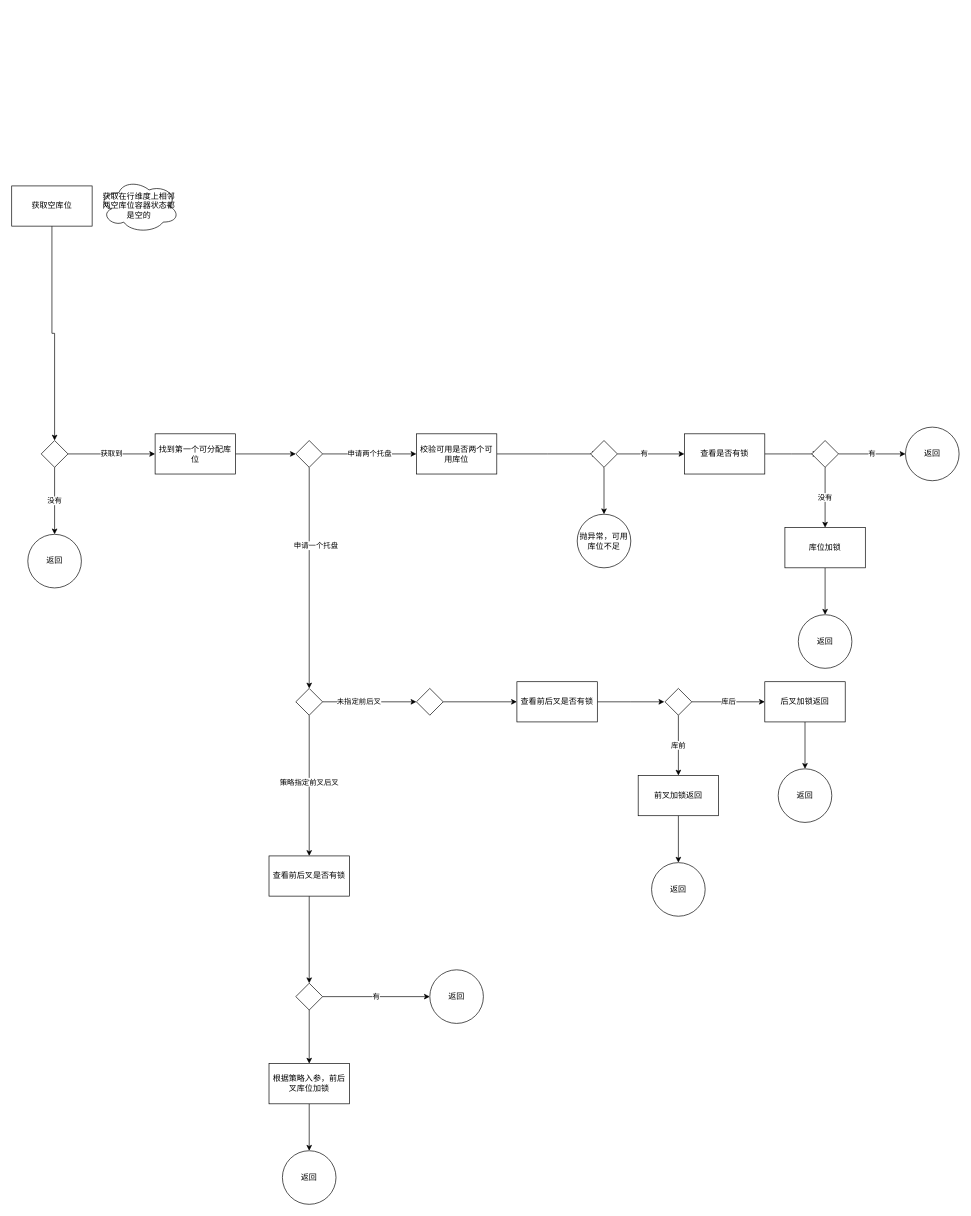
Before: 默认空托双工入库策略.drawio in chenjunx/designpattern, a draw.io diagram. Source tidied: cells renumbered, new cells numbered last; positions are measured from the earlier drawing's top-left corner, leaving out a move shared by most shapes. Both pictures are drawn from the tidied source at 67%, with x=0, y=0 at pixel (11, 179).
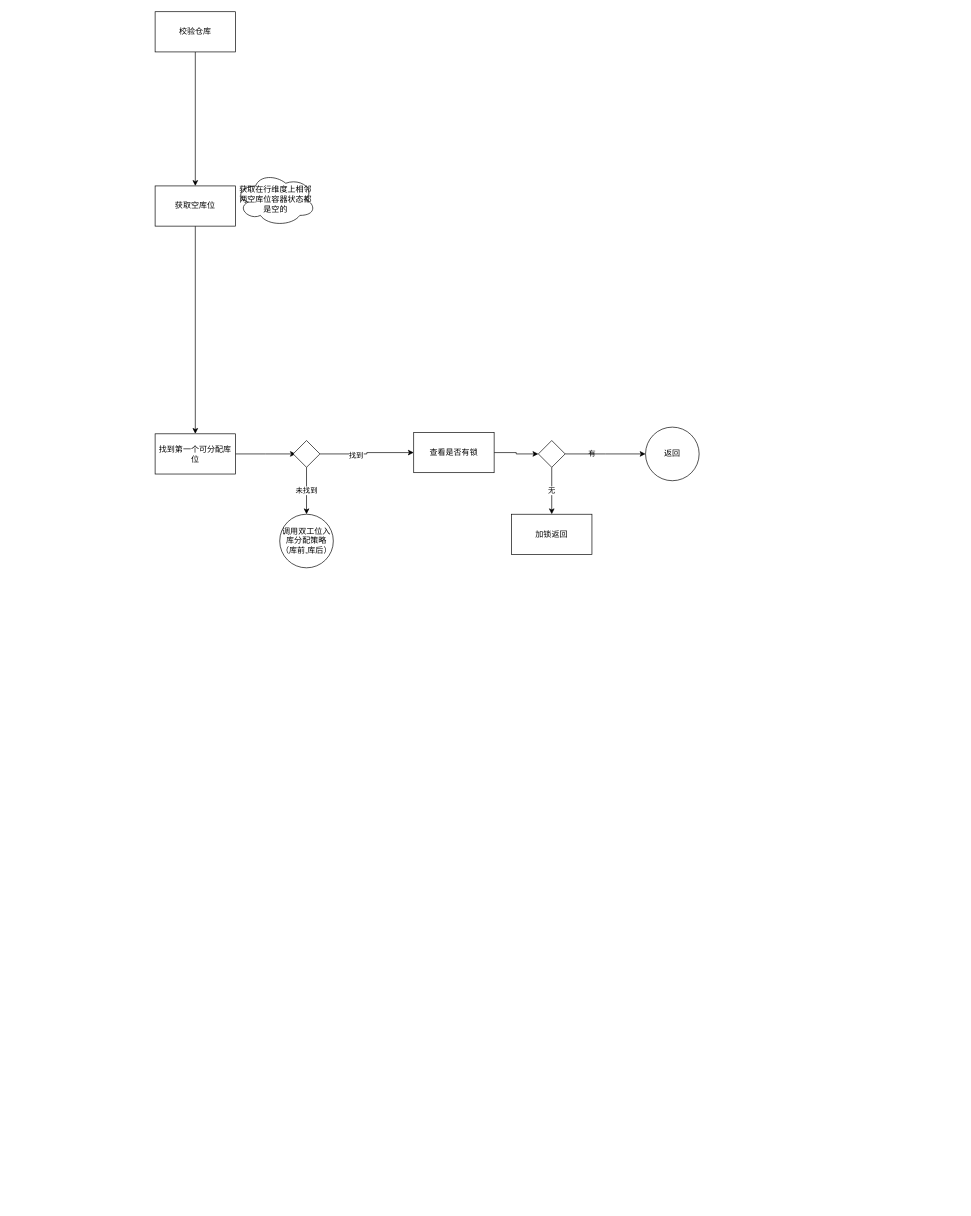
The same diagram, later.

Commit message:
更新默认空托双工入库策略.drawio

Unchanged cells that the change refers to:
```xml
<mxCell id="8" value="找到第一个可分配库位" style="whiteSpace=wrap;html=1;rounded=0;" parent="1" vertex="1">
  <mxGeometry x="214" y="380" width="120" height="60" as="geometry" />
</mxCell>
```

The edit, as a diff of the source:
```diff
@@
-    <mxCell id="2" style="edgeStyle=orthogonalEdgeStyle;rounded=0;jettySize=auto;html=1;entryX=0.5;entryY=0;entryDx=0;entryDy=0;" parent="1" edge="1" source="3" target="6">
-      <mxGeometry relative="1" as="geometry" />
-    </mxCell>
+    <mxCell id="57" style="edgeStyle=orthogonalEdgeStyle;rounded=0;jettySize=auto;html=1;entryX=0.5;entryY=0;entryDx=0;entryDy=0;" parent="1" edge="1" source="3" target="8">
+      <mxGeometry relative="1" as="geometry" />
+    </mxCell>
     <mxCell id="3" value="获取空库位" style="whiteSpace=wrap;html=1;rounded=0;" parent="1" vertex="1">
-      <mxGeometry y="10" width="120" height="60" as="geometry" />
+      <mxGeometry x="214" y="10" width="120" height="60" as="geometry" />
     </mxCell>
-    <mxCell id="4" value="获取到" style="edgeStyle=orthogonalEdgeStyle;rounded=0;jettySize=auto;html=1;" parent="1" edge="1" source="6" target="8">
-      <mxGeometry relative="1" as="geometry" />
-    </mxCell>
-    <mxCell id="5" value="没有" style="edgeStyle=orthogonalEdgeStyle;rounded=0;jettySize=auto;html=1;" parent="1" edge="1" source="6" target="51">
-      <mxGeometry relative="1" as="geometry">
-        <Array as="points">
-          <mxPoint x="64" y="480" />
-          <mxPoint x="64" y="480" />
-        </Array>
-      </mxGeometry>
-    </mxCell>
-    <mxCell id="6" style="rhombus;whiteSpace=wrap;html=1;rounded=0;" parent="1" vertex="1">
-      <mxGeometry x="44" y="390" width="40" height="40" as="geometry" />
-    </mxCell>
-    <mxCell id="7" style="edgeStyle=orthogonalEdgeStyle;rounded=0;jettySize=auto;html=1;" parent="1" edge="1" source="8" target="11">
-      <mxGeometry relative="1" as="geometry" />
+    <mxCell id="7" style="edgeStyle=orthogonalEdgeStyle;rounded=0;jettySize=auto;html=1;" parent="1" edge="1" source="8">
+      <mxGeometry relative="1" as="geometry">
+        <mxPoint x="424" y="410" as="targetPoint" />
+      </mxGeometry>
     </mxCell>
@@
-    <mxCell id="9" value="申请两个托盘" style="edgeStyle=orthogonalEdgeStyle;rounded=0;jettySize=auto;html=1;" parent="1" edge="1" source="11" target="13">
-      <mxGeometry relative="1" as="geometry" />
-    </mxCell>
-    <mxCell id="10" value="申请一个托盘" style="edgeStyle=orthogonalEdgeStyle;rounded=0;jettySize=auto;html=1;entryX=0.5;entryY=0;entryDx=0;entryDy=0;" parent="1" edge="1" source="11" target="39">
-      <mxGeometry x="-0.29" y="10" relative="1" as="geometry" />
-    </mxCell>
-    <mxCell id="11" style="rhombus;whiteSpace=wrap;html=1;rounded=0;" parent="1" vertex="1">
-      <mxGeometry x="424" y="390" width="40" height="40" as="geometry" />
-    </mxCell>
-    <mxCell id="12" style="edgeStyle=orthogonalEdgeStyle;rounded=0;jettySize=auto;html=1;" parent="1" edge="1" source="13">
-      <mxGeometry relative="1" as="geometry">
-        <mxPoint x="875" y="410" as="targetPoint" />
-      </mxGeometry>
-    </mxCell>
-    <mxCell id="13" value="校验可用是否两个可用库位" style="whiteSpace=wrap;html=1;rounded=0;" parent="1" vertex="1">
-      <mxGeometry x="604" y="380" width="120" height="60" as="geometry" />
-    </mxCell>
-    <mxCell id="14" style="edgeStyle=orthogonalEdgeStyle;rounded=0;jettySize=auto;html=1;" parent="1" edge="1" source="15" target="53">
-      <mxGeometry relative="1" as="geometry" />
-    </mxCell>
-    <mxCell id="15" value="根据策略入参，前后叉库位加锁" style="whiteSpace=wrap;html=1;rounded=0;" parent="1" vertex="1">
-      <mxGeometry x="384" y="1320" width="120" height="60" as="geometry" />
-    </mxCell>
-    <mxCell id="16" style="edgeStyle=orthogonalEdgeStyle;rounded=0;jettySize=auto;html=1;" parent="1" edge="1" source="19" target="21">
-      <mxGeometry relative="1" as="geometry" />
-    </mxCell>
+    <mxCell id="25" value="返回" style="ellipse;whiteSpace=wrap;html=1;rounded=0;" parent="1" vertex="1">
+      <mxGeometry x="946" y="370" width="80" height="80" as="geometry" />
+    </mxCell>
+    <mxCell id="56" value="获取在行维度上相邻两空库位容器状态都是空的" style="ellipse;shape=cloud;whiteSpace=wrap;html=1;" parent="1" vertex="1">
+      <mxGeometry x="334" y="-10" width="120" height="80" as="geometry" />
+    </mxCell>
+    <mxCell id="58" style="edgeStyle=orthogonalEdgeStyle;rounded=0;jettySize=auto;html=1;" parent="1" edge="1" source="21" target="61">
+      <mxGeometry relative="1" as="geometry" />
+    </mxCell>
+    <mxCell id="21" value="查看是否有锁" style="whiteSpace=wrap;html=1;rounded=0;" parent="1" vertex="1">
+      <mxGeometry x="600" y="378" width="120" height="60" as="geometry" />
+    </mxCell>
-    <mxCell id="17" value="有" style="edgeLabel;html=1;align=center;verticalAlign=middle;" parent="16" vertex="1">
-      <mxGeometry x="-0.23" y="2" relative="1" as="geometry" />
+    <mxCell id="17" value="有" style="edgeLabel;html=1;align=center;verticalAlign=middle;" parent="1" vertex="1">
+      <mxGeometry x="865" y="408" as="geometry" />
     </mxCell>
-    <mxCell id="18" style="edgeStyle=orthogonalEdgeStyle;rounded=0;jettySize=auto;html=1;" parent="1" edge="1" source="19" target="26">
-      <mxGeometry relative="1" as="geometry" />
-    </mxCell>
-    <mxCell id="19" style="rhombus;whiteSpace=wrap;html=1;rounded=0;" parent="1" vertex="1">
-      <mxGeometry x="864" y="390" width="40" height="40" as="geometry" />
-    </mxCell>
-    <mxCell id="20" style="edgeStyle=orthogonalEdgeStyle;rounded=0;jettySize=auto;html=1;" parent="1" edge="1" source="21">
-      <mxGeometry relative="1" as="geometry">
-        <mxPoint x="1204" y="410" as="targetPoint" />
-      </mxGeometry>
-    </mxCell>
-    <mxCell id="21" value="查看是否有锁" style="whiteSpace=wrap;html=1;rounded=0;" parent="1" vertex="1">
-      <mxGeometry x="1004" y="380" width="120" height="60" as="geometry" />
-    </mxCell>
-    <mxCell id="22" value="有" style="edgeStyle=orthogonalEdgeStyle;rounded=0;jettySize=auto;html=1;" parent="1" edge="1" source="24" target="25">
-      <mxGeometry relative="1" as="geometry" />
-    </mxCell>
-    <mxCell id="23" value="没有" style="edgeStyle=orthogonalEdgeStyle;rounded=0;jettySize=auto;html=1;entryX=0.5;entryY=0;entryDx=0;entryDy=0;" parent="1" edge="1" source="24" target="28">
-      <mxGeometry relative="1" as="geometry" />
-    </mxCell>
-    <mxCell id="24" style="rhombus;whiteSpace=wrap;html=1;rounded=0;" parent="1" vertex="1">
-      <mxGeometry x="1194" y="390" width="40" height="40" as="geometry" />
-    </mxCell>
-    <mxCell id="25" value="返回" style="ellipse;whiteSpace=wrap;html=1;rounded=0;" parent="1" vertex="1">
-      <mxGeometry x="1334" y="370" width="80" height="80" as="geometry" />
-    </mxCell>
-    <mxCell id="26" value="抛异常，可用库位不足" style="ellipse;whiteSpace=wrap;html=1;rounded=0;" parent="1" vertex="1">
-      <mxGeometry x="844" y="500" width="80" height="80" as="geometry" />
-    </mxCell>
-    <mxCell id="27" style="edgeStyle=orthogonalEdgeStyle;rounded=0;jettySize=auto;html=1;" parent="1" edge="1" source="28" target="52">
-      <mxGeometry relative="1" as="geometry" />
-    </mxCell>
-    <mxCell id="28" value="库位加锁" style="rounded=0;whiteSpace=wrap;html=1;" parent="1" vertex="1">
-      <mxGeometry x="1154" y="520" width="120" height="60" as="geometry" />
-    </mxCell>
-    <mxCell id="29" style="edgeStyle=orthogonalEdgeStyle;rounded=0;jettySize=auto;html=1;" parent="1" edge="1" source="30" target="33">
-      <mxGeometry relative="1" as="geometry" />
-    </mxCell>
-    <mxCell id="30" value="查看前后叉是否有锁" style="whiteSpace=wrap;html=1;rounded=0;" parent="1" vertex="1">
-      <mxGeometry x="384" y="1010" width="120" height="60" as="geometry" />
-    </mxCell>
-    <mxCell id="31" value="有" style="edgeStyle=orthogonalEdgeStyle;rounded=0;jettySize=auto;html=1;" parent="1" edge="1" source="33" target="34">
-      <mxGeometry relative="1" as="geometry" />
-    </mxCell>
-    <mxCell id="32" style="edgeStyle=orthogonalEdgeStyle;rounded=0;jettySize=auto;html=1;" parent="1" edge="1" source="33" target="15">
-      <mxGeometry relative="1" as="geometry" />
-    </mxCell>
-    <mxCell id="33" style="rhombus;whiteSpace=wrap;html=1;rounded=0;" parent="1" vertex="1">
-      <mxGeometry x="424" y="1200" width="40" height="40" as="geometry" />
-    </mxCell>
-    <mxCell id="34" value="返回" style="ellipse;whiteSpace=wrap;html=1;rounded=0;" parent="1" vertex="1">
-      <mxGeometry x="624" y="1180" width="80" height="80" as="geometry" />
-    </mxCell>
-    <mxCell id="35" style="edgeStyle=orthogonalEdgeStyle;rounded=0;jettySize=auto;html=1;entryX=0.5;entryY=0;entryDx=0;entryDy=0;" parent="1" edge="1" source="39" target="30">
-      <mxGeometry relative="1" as="geometry" />
-    </mxCell>
-    <mxCell id="36" value="策略指定前叉后叉" style="edgeLabel;html=1;align=center;verticalAlign=middle;" parent="35" vertex="1">
-      <mxGeometry x="-0.06" y="-1" relative="1" as="geometry" />
-    </mxCell>
-    <mxCell id="37" style="edgeStyle=orthogonalEdgeStyle;rounded=0;jettySize=auto;html=1;" parent="1" edge="1" source="39">
-      <mxGeometry relative="1" as="geometry">
-        <mxPoint x="604" y="780" as="targetPoint" />
-      </mxGeometry>
-    </mxCell>
-    <mxCell id="38" value="未指定前后叉" style="edgeLabel;html=1;align=center;verticalAlign=middle;" parent="37" vertex="1">
-      <mxGeometry x="-0.24" y="1" relative="1" as="geometry" />
-    </mxCell>
-    <mxCell id="39" style="rhombus;whiteSpace=wrap;html=1;rounded=0;" parent="1" vertex="1">
-      <mxGeometry x="424" y="760" width="40" height="40" as="geometry" />
-    </mxCell>
-    <mxCell id="40" style="edgeStyle=orthogonalEdgeStyle;rounded=0;jettySize=auto;html=1;" parent="1" edge="1" source="41" target="43">
-      <mxGeometry relative="1" as="geometry" />
-    </mxCell>
-    <mxCell id="41" style="rhombus;whiteSpace=wrap;html=1;rounded=0;" parent="1" vertex="1">
-      <mxGeometry x="604" y="760" width="40" height="40" as="geometry" />
-    </mxCell>
-    <mxCell id="42" style="edgeStyle=orthogonalEdgeStyle;rounded=0;jettySize=auto;html=1;" parent="1" edge="1" source="43">
-      <mxGeometry relative="1" as="geometry">
-        <mxPoint x="974" y="780" as="targetPoint" />
-      </mxGeometry>
-    </mxCell>
-    <mxCell id="43" value="查看前后叉是否有锁" style="whiteSpace=wrap;html=1;rounded=0;" parent="1" vertex="1">
-      <mxGeometry x="754" y="750" width="120" height="60" as="geometry" />
-    </mxCell>
-    <mxCell id="44" value="库前" style="edgeStyle=orthogonalEdgeStyle;rounded=0;jettySize=auto;html=1;" parent="1" edge="1" source="46" target="48">
-      <mxGeometry relative="1" as="geometry" />
-    </mxCell>
-    <mxCell id="45" value="库后" style="edgeStyle=orthogonalEdgeStyle;rounded=0;jettySize=auto;html=1;" parent="1" edge="1" source="46" target="50">
-      <mxGeometry relative="1" as="geometry" />
-    </mxCell>
-    <mxCell id="46" style="rhombus;whiteSpace=wrap;html=1;rounded=0;" parent="1" vertex="1">
-      <mxGeometry x="975" y="760" width="40" height="40" as="geometry" />
-    </mxCell>
-    <mxCell id="47" style="edgeStyle=orthogonalEdgeStyle;rounded=0;jettySize=auto;html=1;" parent="1" edge="1" source="48" target="54">
-      <mxGeometry relative="1" as="geometry" />
-    </mxCell>
-    <mxCell id="48" value="前叉加锁返回" style="rounded=0;whiteSpace=wrap;html=1;" parent="1" vertex="1">
-      <mxGeometry x="935" y="890" width="120" height="60" as="geometry" />
-    </mxCell>
-    <mxCell id="49" style="edgeStyle=orthogonalEdgeStyle;rounded=0;jettySize=auto;html=1;" parent="1" edge="1" source="50" target="55">
-      <mxGeometry relative="1" as="geometry" />
-    </mxCell>
-    <mxCell id="50" value="后叉加锁返回" style="whiteSpace=wrap;html=1;rounded=0;" parent="1" vertex="1">
-      <mxGeometry x="1124" y="750" width="120" height="60" as="geometry" />
-    </mxCell>
-    <mxCell id="51" value="返回" style="ellipse;whiteSpace=wrap;html=1;rounded=0;" parent="1" vertex="1">
-      <mxGeometry x="24" y="530" width="80" height="80" as="geometry" />
-    </mxCell>
-    <mxCell id="52" value="返回" style="ellipse;whiteSpace=wrap;html=1;rounded=0;" parent="1" vertex="1">
-      <mxGeometry x="1174" y="650" width="80" height="80" as="geometry" />
-    </mxCell>
-    <mxCell id="53" value="返回" style="ellipse;whiteSpace=wrap;html=1;rounded=0;" parent="1" vertex="1">
-      <mxGeometry x="404" y="1450" width="80" height="80" as="geometry" />
-    </mxCell>
-    <mxCell id="54" value="返回" style="ellipse;whiteSpace=wrap;html=1;rounded=0;" parent="1" vertex="1">
-      <mxGeometry x="955" y="1020" width="80" height="80" as="geometry" />
-    </mxCell>
-    <mxCell id="55" value="返回" style="ellipse;whiteSpace=wrap;html=1;rounded=0;" parent="1" vertex="1">
-      <mxGeometry x="1144" y="880" width="80" height="80" as="geometry" />
-    </mxCell>
-    <mxCell id="56" value="获取在行维度上相邻两空库位容器状态都是空的" style="ellipse;shape=cloud;whiteSpace=wrap;html=1;" parent="1" vertex="1">
-      <mxGeometry x="130" width="120" height="80" as="geometry" />
-    </mxCell>
+    <mxCell id="59" style="edgeStyle=orthogonalEdgeStyle;rounded=0;jettySize=auto;html=1;" parent="1" edge="1" source="61">
+      <mxGeometry relative="1" as="geometry">
+        <mxPoint x="946" y="410" as="targetPoint" />
+      </mxGeometry>
+    </mxCell>
+    <mxCell id="60" value="无" style="edgeStyle=orthogonalEdgeStyle;rounded=0;jettySize=auto;html=1;" parent="1" edge="1" source="61" target="62">
+      <mxGeometry relative="1" as="geometry" />
+    </mxCell>
+    <mxCell id="61" style="rhombus;whiteSpace=wrap;html=1;rounded=0;" parent="1" vertex="1">
+      <mxGeometry x="786" y="390" width="40" height="40" as="geometry" />
+    </mxCell>
+    <mxCell id="62" value="加锁返回" style="whiteSpace=wrap;html=1;rounded=0;" parent="1" vertex="1">
+      <mxGeometry x="746" y="500" width="120" height="60" as="geometry" />
+    </mxCell>
+    <mxCell id="63" style="edgeStyle=orthogonalEdgeStyle;rounded=0;jettySize=auto;html=1;" parent="1" edge="1" source="66" target="21">
+      <mxGeometry relative="1" as="geometry" />
+    </mxCell>
+    <mxCell id="64" value="找到" style="edgeLabel;html=1;align=center;verticalAlign=middle;" parent="63" vertex="1">
+      <mxGeometry x="-0.26" y="-2" relative="1" as="geometry" />
+    </mxCell>
+    <mxCell id="65" value="未找到" style="edgeStyle=orthogonalEdgeStyle;rounded=0;jettySize=auto;html=1;" parent="1" edge="1" source="66">
+      <mxGeometry relative="1" as="geometry">
+        <mxPoint x="440" y="500" as="targetPoint" />
+      </mxGeometry>
+    </mxCell>
+    <mxCell id="66" style="rhombus;whiteSpace=wrap;html=1;rounded=0;" parent="1" vertex="1">
+      <mxGeometry x="420" y="390" width="40" height="40" as="geometry" />
+    </mxCell>
+    <mxCell id="67" value="调用双工位入库分配策略（库前,库后）" style="ellipse;whiteSpace=wrap;html=1;rounded=0;" parent="1" vertex="1">
+      <mxGeometry x="400" y="500" width="80" height="80" as="geometry" />
+    </mxCell>
+    <mxCell id="68" style="edgeStyle=orthogonalEdgeStyle;rounded=0;jettySize=auto;html=1;entryX=0.5;entryY=0;entryDx=0;entryDy=0;" parent="1" edge="1" source="69" target="3">
+      <mxGeometry relative="1" as="geometry" />
+    </mxCell>
+    <mxCell id="69" value="校验仓库" style="rounded=0;whiteSpace=wrap;html=1;" parent="1" vertex="1">
+      <mxGeometry x="214" y="-250" width="120" height="60" as="geometry" />
+    </mxCell>
```
